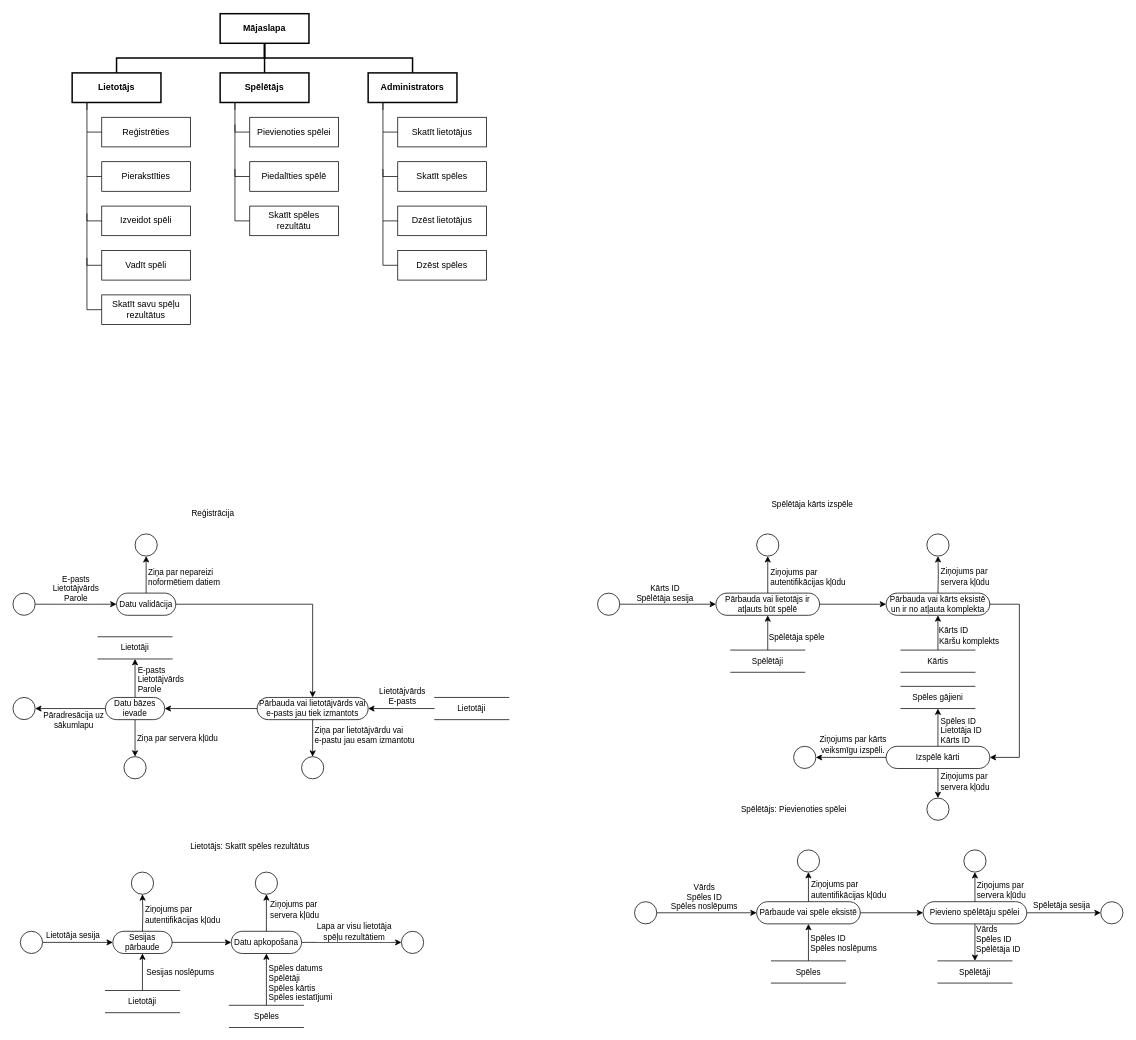
Earlier version of the draw.io diagram dokumentacija/Dekompozicija.drawio (Edgars-P/RVT-Projekts-CardGame). Source tidied: cells renumbered, new cells numbered last; positions are measured from the earlier drawing's top-left corner, leaving out a move shared by most shapes. Both pictures are drawn from the tidied source at 74%, with x=0, y=0 at pixel (13, 13).
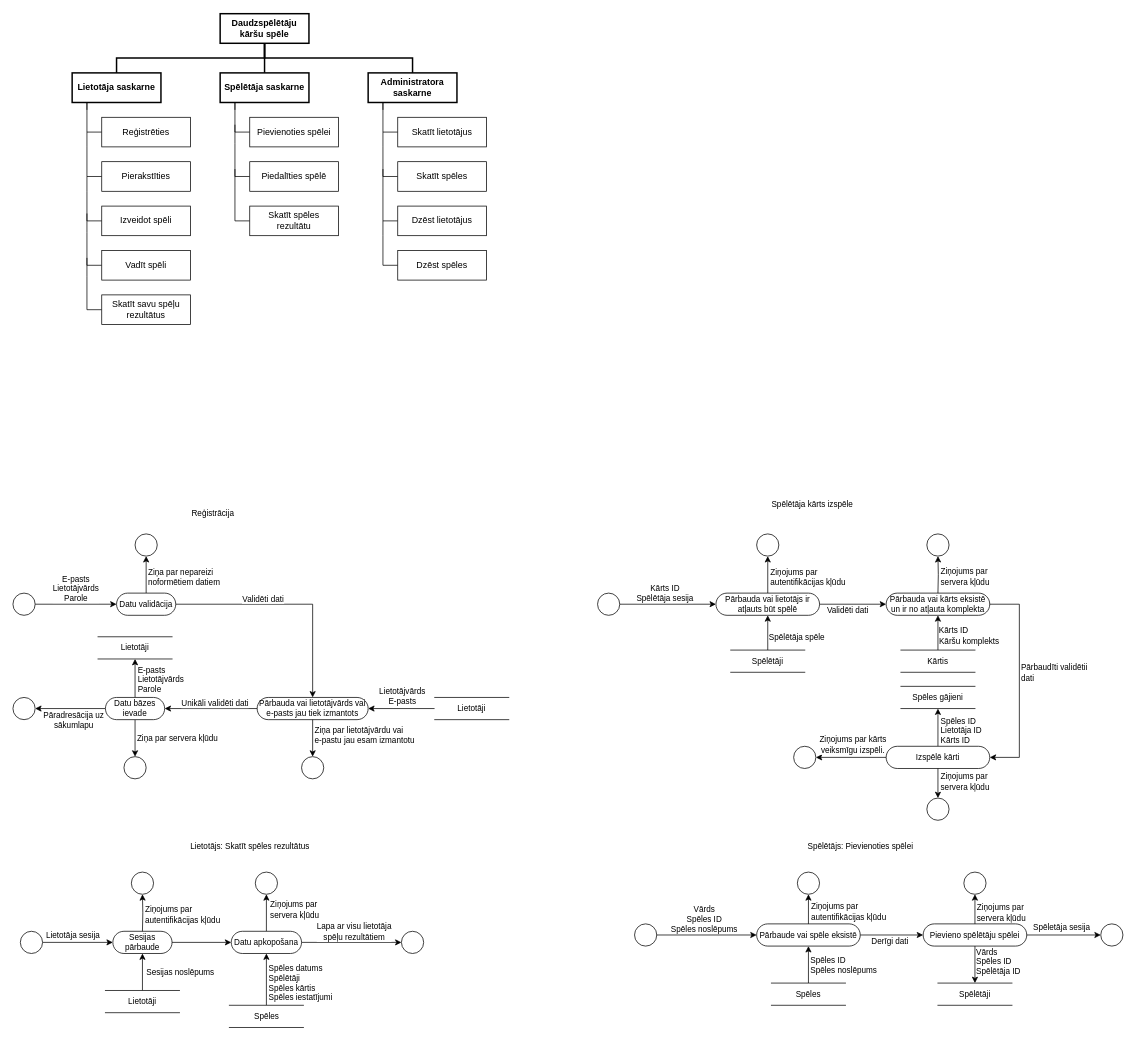
Above is the later version.

Unchanged cells that the change refers to:
```xml
<mxCell id="38" style="edgeStyle=orthogonalEdgeStyle;shape=connector;rounded=0;jettySize=auto;html=1;labelBackgroundColor=default;strokeColor=default;align=center;verticalAlign=middle;fontFamily=Helvetica;fontSize=11;fontColor=default;endArrow=classic;endFill=1;" parent="1" edge="1" source="39" target="41">
  <mxGeometry relative="1" as="geometry" />
</mxCell>
<mxCell id="52" style="edgeStyle=orthogonalEdgeStyle;shape=connector;rounded=0;jettySize=auto;html=1;entryX=1;entryY=0.5;entryDx=0;entryDy=0;entryPerimeter=0;labelBackgroundColor=default;strokeColor=default;align=center;verticalAlign=middle;fontFamily=Helvetica;fontSize=11;fontColor=default;endArrow=classic;endFill=1;exitX=0;exitY=0.5;exitDx=0;exitDy=0;exitPerimeter=0;" parent="1" edge="1" source="41" target="51">
  <mxGeometry relative="1" as="geometry" />
</mxCell>
<mxCell id="65" style="edgeStyle=orthogonalEdgeStyle;shape=connector;rounded=0;jettySize=auto;html=1;labelBackgroundColor=default;strokeColor=default;align=center;verticalAlign=middle;fontFamily=Helvetica;fontSize=11;fontColor=default;endArrow=classic;endFill=1;" parent="1" edge="1" source="66" target="71">
  <mxGeometry relative="1" as="geometry" />
</mxCell>
<mxCell id="85" style="edgeStyle=orthogonalEdgeStyle;shape=connector;rounded=0;jettySize=auto;html=1;entryX=1;entryY=0.5;entryDx=0;entryDy=0;entryPerimeter=0;labelBackgroundColor=default;strokeColor=default;align=center;verticalAlign=middle;fontFamily=Helvetica;fontSize=11;fontColor=default;endArrow=classic;endFill=1;exitX=1;exitY=0.5;exitDx=0;exitDy=0;exitPerimeter=0;" parent="1" edge="1" source="71" target="83">
  <mxGeometry relative="1" as="geometry">
    <Array as="points">
      <mxPoint x="1360" y="798" />
      <mxPoint x="1360" y="1005" />
    </Array>
  </mxGeometry>
</mxCell>
<mxCell id="117" style="edgeStyle=orthogonalEdgeStyle;shape=connector;rounded=0;jettySize=auto;html=1;labelBackgroundColor=default;strokeColor=default;align=center;verticalAlign=middle;fontFamily=Helvetica;fontSize=11;fontColor=default;endArrow=classic;endFill=1;" parent="1" edge="1" source="118" target="129">
  <mxGeometry relative="1" as="geometry" />
</mxCell>
```

Change to the diagram source:
```diff
@@
-    <mxCell id="5" value="Mājaslapa" style="rounded=0;whiteSpace=wrap;html=1;strokeWidth=2;fontStyle=1;" parent="1" vertex="1">
+    <mxCell id="5" value="Daudzspēlētāju kāršu spēle" style="rounded=0;whiteSpace=wrap;html=1;strokeWidth=2;fontStyle=1;" parent="1" vertex="1">
       <mxGeometry x="280" width="120" height="40" as="geometry" />
     </mxCell>
-    <mxCell id="6" value="Lietotājs" style="rounded=0;whiteSpace=wrap;html=1;strokeWidth=2;fontStyle=1;" parent="1" vertex="1">
+    <mxCell id="6" value="Lietotāja saskarne" style="rounded=0;whiteSpace=wrap;html=1;strokeWidth=2;fontStyle=1;" parent="1" vertex="1">
       <mxGeometry x="80" y="80" width="120" height="40" as="geometry" />
     </mxCell>
-    <mxCell id="7" value="Spēlētājs" style="rounded=0;whiteSpace=wrap;html=1;strokeWidth=2;fontStyle=1;" parent="1" vertex="1">
+    <mxCell id="7" value="Spēlētāja saskarne" style="rounded=0;whiteSpace=wrap;html=1;strokeWidth=2;fontStyle=1;" parent="1" vertex="1">
       <mxGeometry x="280" y="80" width="120" height="40" as="geometry" />
     </mxCell>
-    <mxCell id="8" value="Administrators" style="rounded=0;whiteSpace=wrap;html=1;strokeWidth=2;fontStyle=1;" parent="1" vertex="1">
+    <mxCell id="8" value="Administratora saskarne" style="rounded=0;whiteSpace=wrap;html=1;strokeWidth=2;fontStyle=1;" parent="1" vertex="1">
       <mxGeometry x="480" y="80" width="120" height="40" as="geometry" />
     </mxCell>
@@
+    <mxCell id="135" value="Validēti dati" style="edgeLabel;html=1;align=center;verticalAlign=middle;" parent="38" vertex="1">
+      <mxGeometry x="-0.25" y="2" relative="1" as="geometry">
+        <mxPoint y="-6" as="offset" />
+      </mxGeometry>
+    </mxCell>
@@
+    <mxCell id="136" value="Unikāli validēti dati" style="edgeLabel;html=1;align=center;verticalAlign=middle;" parent="52" vertex="1">
+      <mxGeometry x="-0.05" y="3" relative="1" as="geometry">
+        <mxPoint x="1" y="-11" as="offset" />
+      </mxGeometry>
+    </mxCell>
@@
+    <mxCell id="137" value="Validēti dati" style="edgeLabel;html=1;align=center;verticalAlign=middle;" parent="65" vertex="1">
+      <mxGeometry x="-0.21" relative="1" as="geometry">
+        <mxPoint x="1" y="8" as="offset" />
+      </mxGeometry>
+    </mxCell>
@@
+    <mxCell id="138" value="&lt;div style=&quot;text-align: left;&quot;&gt;Pārbaudīti validētii&lt;/div&gt;&lt;div style=&quot;text-align: left;&quot;&gt;dati&lt;/div&gt;" style="edgeLabel;html=1;align=center;verticalAlign=middle;" parent="85" vertex="1">
+      <mxGeometry x="-0.08" relative="1" as="geometry">
+        <mxPoint x="46" as="offset" />
+      </mxGeometry>
+    </mxCell>
@@
     <mxCell id="113" value="Spēlētājs: Pievienoties spēlei" style="text;html=1;align=center;verticalAlign=middle;strokeColor=none;fillColor=none;fontSize=11;fontFamily=Helvetica;fontColor=default;" parent="1" vertex="1">
-      <mxGeometry x="970" y="1060" width="170" height="30" as="geometry" />
+      <mxGeometry x="1060" y="1110" width="170" height="30" as="geometry" />
     </mxCell>
@@
     <mxCell id="116" style="shape=ellipse;html=1;dashed=0;whiteSpace=wrap;perimeter=ellipsePerimeter;fontFamily=Helvetica;fontSize=11;fontColor=default;" parent="1" vertex="1">
-      <mxGeometry x="840" y="1200" width="30" height="30" as="geometry" />
+      <mxGeometry x="840" y="1230" width="30" height="30" as="geometry" />
     </mxCell>
@@
+    <mxCell id="139" value="Derīgi dati" style="edgeLabel;html=1;align=center;verticalAlign=middle;" parent="117" vertex="1">
+      <mxGeometry x="-0.09" relative="1" as="geometry">
+        <mxPoint y="8" as="offset" />
+      </mxGeometry>
+    </mxCell>
     <mxCell id="118" value="Pārbaude vai spēle eksistē" style="html=1;dashed=0;whiteSpace=wrap;shape=mxgraph.dfd.start;fontFamily=Helvetica;fontSize=11;fontColor=default;" parent="1" vertex="1">
-      <mxGeometry x="1005" y="1200" width="140" height="30" as="geometry" />
+      <mxGeometry x="1005" y="1230" width="140" height="30" as="geometry" />
     </mxCell>
@@
     <mxCell id="121" value="Spēles" style="html=1;dashed=0;whiteSpace=wrap;shape=partialRectangle;right=0;left=0;fontFamily=Helvetica;fontSize=11;fontColor=default;" parent="1" vertex="1">
-      <mxGeometry x="1025" y="1280" width="100" height="30" as="geometry" />
+      <mxGeometry x="1025" y="1310" width="100" height="30" as="geometry" />
     </mxCell>
@@
     <mxCell id="124" style="shape=ellipse;html=1;dashed=0;whiteSpace=wrap;perimeter=ellipsePerimeter;fontFamily=Helvetica;fontSize=11;fontColor=default;" parent="1" vertex="1">
-      <mxGeometry x="1060" y="1130" width="30" height="30" as="geometry" />
+      <mxGeometry x="1060" y="1160" width="30" height="30" as="geometry" />
     </mxCell>
@@
     <mxCell id="129" value="Pievieno spēlētāju spēlei" style="html=1;dashed=0;whiteSpace=wrap;shape=mxgraph.dfd.start;fontFamily=Helvetica;fontSize=11;fontColor=default;" parent="1" vertex="1">
-      <mxGeometry x="1230" y="1200" width="140" height="30" as="geometry" />
+      <mxGeometry x="1230" y="1230" width="140" height="30" as="geometry" />
     </mxCell>
@@
     <mxCell id="132" style="shape=ellipse;html=1;dashed=0;whiteSpace=wrap;perimeter=ellipsePerimeter;fontFamily=Helvetica;fontSize=11;fontColor=default;" parent="1" vertex="1">
-      <mxGeometry x="1285" y="1130" width="30" height="30" as="geometry" />
+      <mxGeometry x="1285" y="1160" width="30" height="30" as="geometry" />
     </mxCell>
     <mxCell id="133" style="shape=ellipse;html=1;dashed=0;whiteSpace=wrap;perimeter=ellipsePerimeter;fontFamily=Helvetica;fontSize=11;fontColor=default;" parent="1" vertex="1">
-      <mxGeometry x="1470" y="1200" width="30" height="30" as="geometry" />
+      <mxGeometry x="1470" y="1230" width="30" height="30" as="geometry" />
     </mxCell>
     <mxCell id="134" value="Spēlētāji" style="html=1;dashed=0;whiteSpace=wrap;shape=partialRectangle;right=0;left=0;fontFamily=Helvetica;fontSize=11;fontColor=default;" parent="1" vertex="1">
-      <mxGeometry x="1250" y="1280" width="100" height="30" as="geometry" />
+      <mxGeometry x="1250" y="1310" width="100" height="30" as="geometry" />
     </mxCell>
```
